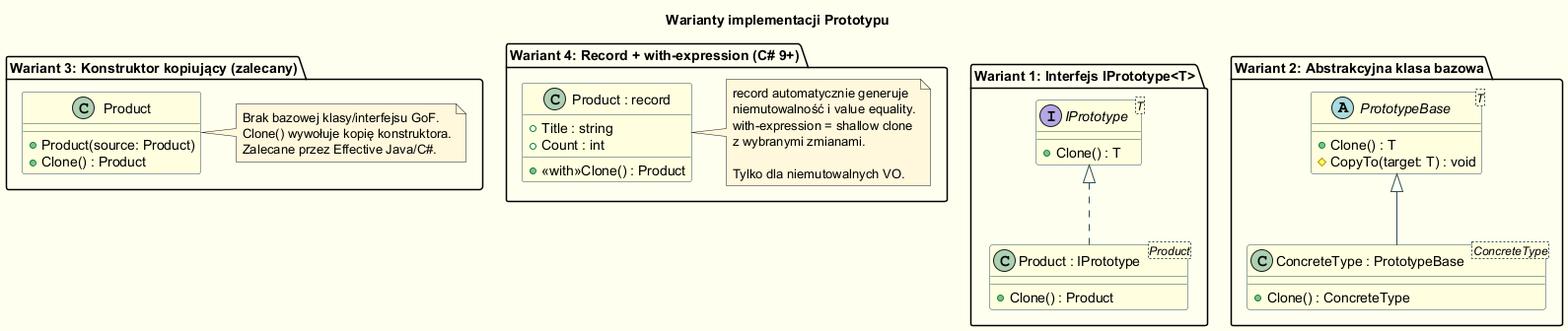
The PlantUML diagram src/04-prototyp/04-typy-implementacji/diagrams/prototype_variants_overview.png in tborzyszkowski/DesignPatterns, before a commit. Source of this version:
```plantuml
@startuml prototype_variants_overview
skinparam backgroundColor #FFFFF0
skinparam class {
  BackgroundColor LightYellow
  BorderColor DarkSlateGray
}
skinparam note {
  BackgroundColor #FFF8DC
}
skinparam ArrowColor DarkSlateGray

title Warianty implementacji Prototypu

package "Wariant 1: Interfejs IPrototype<T>" {
  interface "IPrototype<T>" as IP {
    + Clone() : T
  }
  class "Product : IPrototype<Product>" as P1 {
    + Clone() : Product
  }
  IP <|.. P1
}

package "Wariant 2: Abstrakcyjna klasa bazowa" {
  abstract "PrototypeBase<T>" as PB {
    + Clone() : T
    # CopyTo(target: T) : void
  }
  class "ConcreteType : PrototypeBase<ConcreteType>" as CT {
    + Clone() : ConcreteType
  }
  PB <|-- CT
}

package "Wariant 3: Konstruktor kopiujący (zalecany)" {
  class "Product" as P3 {
    + Product(source: Product)
    + Clone() : Product
  }
  note right of P3
    Brak bazowej klasy/interfejsu GoF.
    Clone() wywołuje kopię konstruktora.
    Zalecane przez Effective Java/C#.
  end note
}

package "Wariant 4: Record + with-expression (C# 9+)" {
  class "Product : record" as P4 {
    + Title : string
    + Count : int
    + <<with>>Clone() : Product
  }
  note right of P4
    record automatycznie generuje
    niemutowalność i value equality.
    with-expression = shallow clone
    z wybranymi zmianami.

    Tylko dla niemutowalnych VO.
  end note
}

@enduml
```
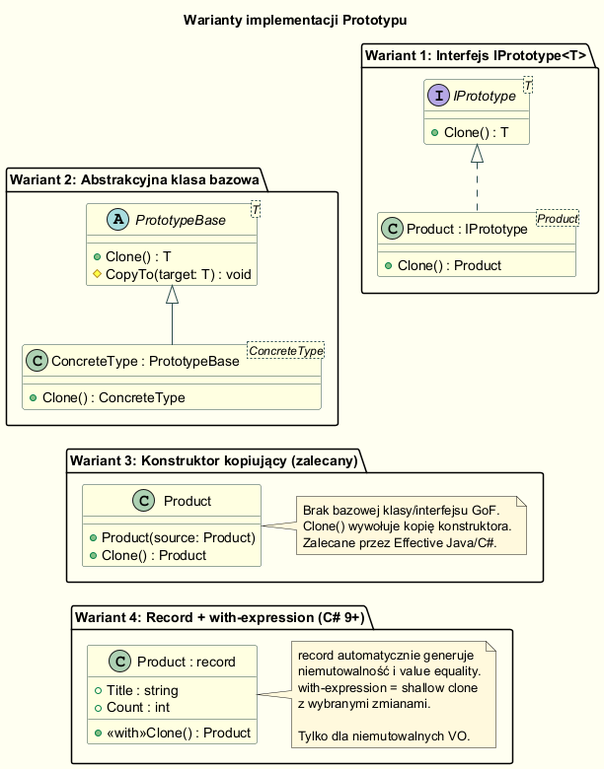
Later version of the same file.

Commit message:
Enhance prototype variants overview diagram for improved clarity and section order

Diff of the diagram source:
```diff
@@ -8,6 +8,7 @@
   BackgroundColor #FFF8DC
 }
 skinparam ArrowColor DarkSlateGray
+top to bottom direction
 
 title Warianty implementacji Prototypu
 
@@ -60,4 +61,8 @@
   end note
 }
 
+P1 -[hidden]down-> CT
+CT -[hidden]down-> P3
+P3 -[hidden]down-> P4
+
 @enduml
```
